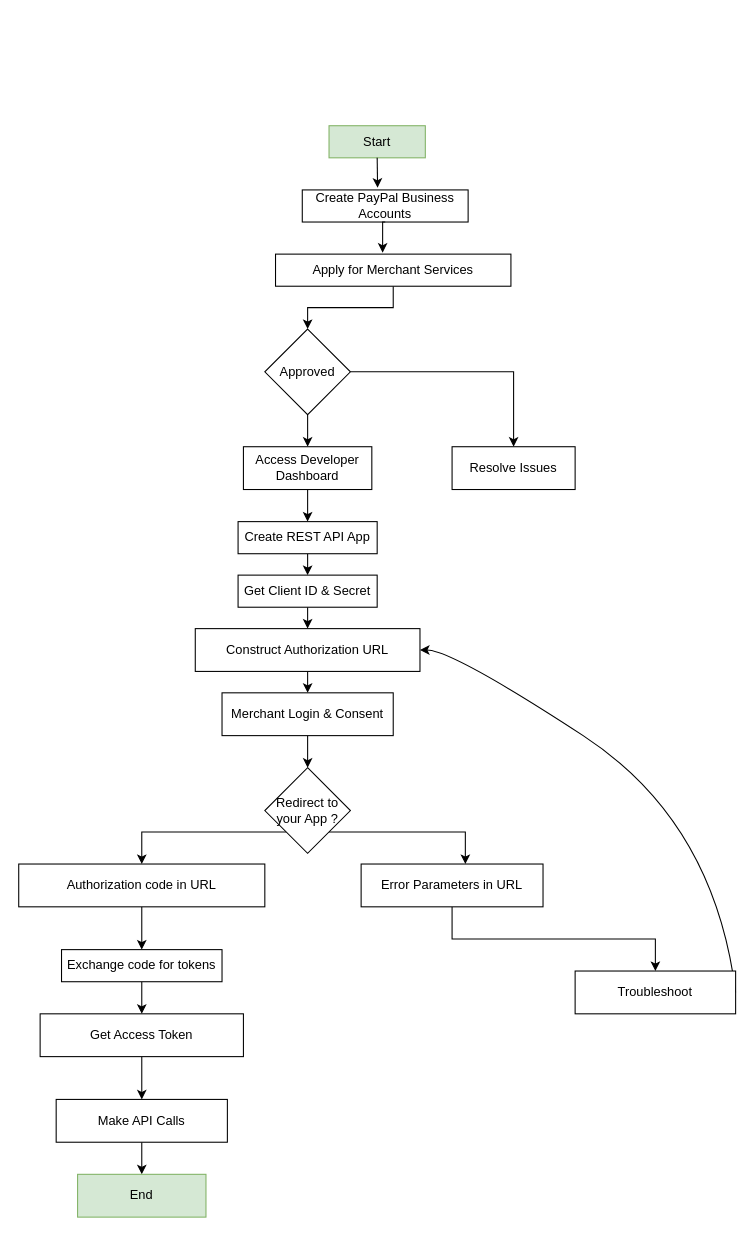
Before: page "Page-1" (1 of 2) of flow-charts/paypal-merchant-onboarding.drawio in rajneeshpatel07/payal-payments, a draw.io diagram. Source tidied: cells renumbered, new cells numbered last; positions are measured from the earlier drawing's top-left corner, leaving out a move shared by most shapes. Both pictures are drawn from the tidied source at 107%, with x=0, y=0 at pixel (18, 125).
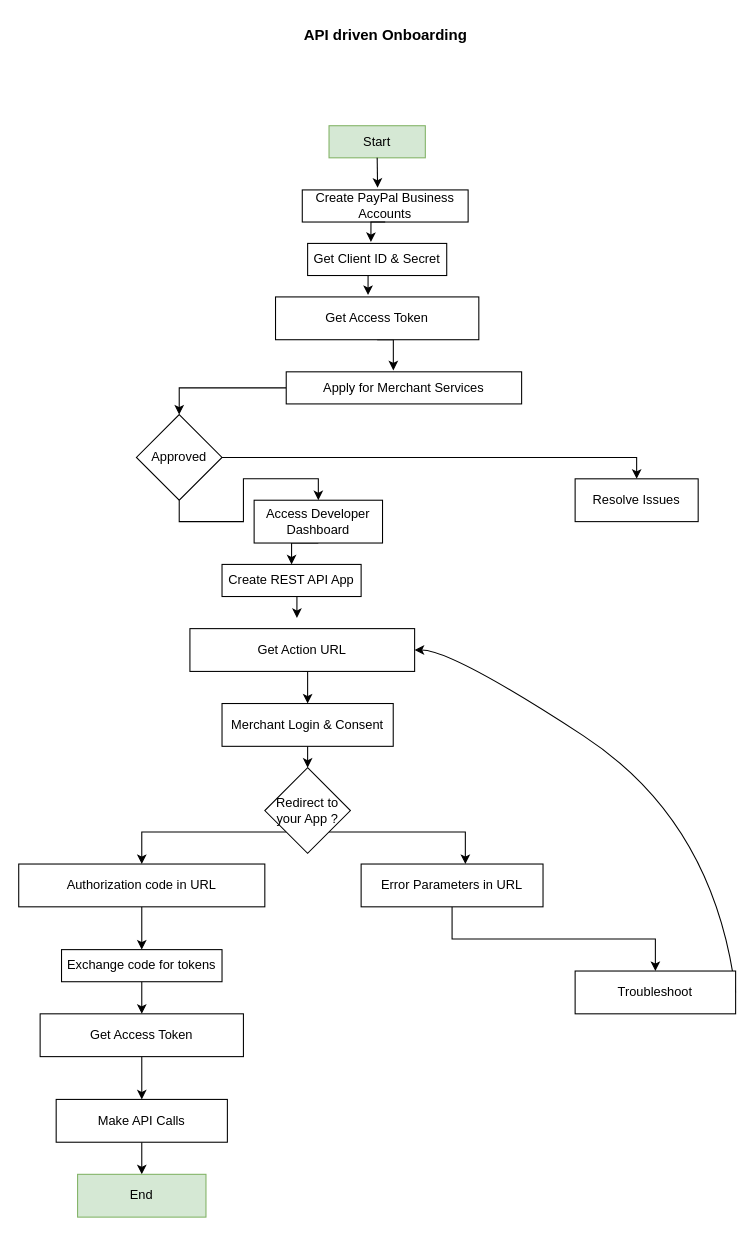
The same page after the edit.

The change refers to these unchanged cells:
```xml
<mxCell id="4" value="Create PayPal Business Accounts" style="rounded=0;whiteSpace=wrap;html=1;" parent="1" vertex="1">
  <mxGeometry x="265" y="60" width="155" height="30" as="geometry" />
</mxCell>
```

Diff of the diagram source:
```diff
@@
     <mxCell id="6" value="Apply for Merchant Services" style="rounded=0;whiteSpace=wrap;html=1;" parent="1" vertex="1">
-      <mxGeometry x="240" y="120" width="220" height="30" as="geometry" />
+      <mxGeometry x="250" y="230" width="220" height="30" as="geometry" />
     </mxCell>
@@
     <mxCell id="9" value="Approved" style="rhombus;whiteSpace=wrap;html=1;" parent="1" vertex="1">
-      <mxGeometry x="230" y="190" width="80" height="80" as="geometry" />
+      <mxGeometry x="110" y="270" width="80" height="80" as="geometry" />
     </mxCell>
@@
     <mxCell id="11" value="Access Developer Dashboard" style="rounded=0;whiteSpace=wrap;html=1;" parent="1" vertex="1">
-      <mxGeometry x="210" y="300" width="120" height="40" as="geometry" />
+      <mxGeometry x="220" y="350" width="120" height="40" as="geometry" />
     </mxCell>
     <mxCell id="12" value="Resolve Issues" style="rounded=0;whiteSpace=wrap;html=1;" parent="1" vertex="1">
-      <mxGeometry x="405" y="300" width="115" height="40" as="geometry" />
+      <mxGeometry x="520" y="330" width="115" height="40" as="geometry" />
     </mxCell>
@@
-    <mxCell id="14" style="edgeStyle=orthogonalEdgeStyle;rounded=0;jettySize=auto;html=1;exitX=0.5;exitY=1;exitDx=0;exitDy=0;entryX=0.455;entryY=-0.044;entryDx=0;entryDy=0;entryPerimeter=0;" parent="1" edge="1" source="4" target="6">
+    <mxCell id="14" style="edgeStyle=orthogonalEdgeStyle;rounded=0;jettySize=auto;html=1;exitX=0.5;exitY=1;exitDx=0;exitDy=0;entryX=0.455;entryY=-0.044;entryDx=0;entryDy=0;entryPerimeter=0;" parent="1" edge="1" source="43" target="6">
       <mxGeometry relative="1" as="geometry" />
     </mxCell>
-    <mxCell id="15" style="edgeStyle=orthogonalEdgeStyle;rounded=0;jettySize=auto;html=1;exitX=0.5;exitY=1;exitDx=0;exitDy=0;entryX=0.5;entryY=0;entryDx=0;entryDy=0;" parent="1" edge="1" source="16" target="18">
-      <mxGeometry relative="1" as="geometry" />
+    <mxCell id="15" style="edgeStyle=orthogonalEdgeStyle;rounded=0;jettySize=auto;html=1;exitX=0.5;exitY=1;exitDx=0;exitDy=0;entryX=0.5;entryY=0;entryDx=0;entryDy=0;" parent="1" edge="1" source="16">
+      <mxGeometry relative="1" as="geometry">
+        <mxPoint x="270" y="420" as="targetPoint" />
+      </mxGeometry>
     </mxCell>
-    <mxCell id="16" value="Create REST API App" style="rounded=0;whiteSpace=wrap;html=1;" parent="1" vertex="1">
-      <mxGeometry x="205" y="370" width="130" height="30" as="geometry" />
-    </mxCell>
-    <mxCell id="17" style="edgeStyle=orthogonalEdgeStyle;rounded=0;jettySize=auto;html=1;exitX=0.5;exitY=1;exitDx=0;exitDy=0;entryX=0.5;entryY=0;entryDx=0;entryDy=0;" parent="1" edge="1" source="18" target="20">
-      <mxGeometry relative="1" as="geometry" />
-    </mxCell>
-    <mxCell id="18" value="Get Client ID &amp;amp; Secret" style="rounded=0;whiteSpace=wrap;html=1;" parent="1" vertex="1">
-      <mxGeometry x="205" y="420" width="130" height="30" as="geometry" />
-    </mxCell>
@@
-    <mxCell id="20" value="Construct Authorization URL" style="rounded=0;whiteSpace=wrap;html=1;" parent="1" vertex="1">
-      <mxGeometry x="165" y="470" width="210" height="40" as="geometry" />
+    <mxCell id="20" value="Get Action URL" style="rounded=0;whiteSpace=wrap;html=1;" parent="1" vertex="1">
+      <mxGeometry x="160" y="470" width="210" height="40" as="geometry" />
     </mxCell>
@@
     <mxCell id="22" value="Merchant Login &amp;amp; Consent" style="rounded=0;whiteSpace=wrap;html=1;" parent="1" vertex="1">
-      <mxGeometry x="190" y="530" width="160" height="40" as="geometry" />
+      <mxGeometry x="190" y="540" width="160" height="40" as="geometry" />
     </mxCell>
@@
+    <mxCell id="38" value="API driven Onboarding&amp;nbsp;" style="text;html=1;align=center;verticalAlign=middle;whiteSpace=wrap;rounded=0;fontStyle=1;fontSize=14;" parent="1" vertex="1">
+      <mxGeometry x="265" y="-100" width="160" height="30" as="geometry" />
+    </mxCell>
+    <mxCell id="39" style="edgeStyle=orthogonalEdgeStyle;rounded=0;jettySize=auto;html=1;exitX=0.5;exitY=1;exitDx=0;exitDy=0;entryX=0.455;entryY=-0.044;entryDx=0;entryDy=0;entryPerimeter=0;" parent="1" edge="1" source="4" target="18">
+      <mxGeometry relative="1" as="geometry" />
+    </mxCell>
+    <mxCell id="18" value="Get Client ID &amp;amp; Secret" style="rounded=0;whiteSpace=wrap;html=1;" parent="1" vertex="1">
+      <mxGeometry x="270" y="110" width="130" height="30" as="geometry" />
+    </mxCell>
+    <mxCell id="40" style="edgeStyle=orthogonalEdgeStyle;rounded=0;jettySize=auto;html=1;exitX=0.5;exitY=1;exitDx=0;exitDy=0;entryX=0.5;entryY=0;entryDx=0;entryDy=0;" parent="1" edge="1" source="16">
+      <mxGeometry relative="1" as="geometry">
+        <mxPoint x="260" y="460" as="targetPoint" />
+      </mxGeometry>
+    </mxCell>
+    <mxCell id="41" style="edgeStyle=orthogonalEdgeStyle;rounded=0;jettySize=auto;html=1;exitX=0.5;exitY=1;exitDx=0;exitDy=0;entryX=0.5;entryY=0;entryDx=0;entryDy=0;" parent="1" edge="1" target="16">
+      <mxGeometry relative="1" as="geometry">
+        <mxPoint x="260" y="430" as="sourcePoint" />
+      </mxGeometry>
+    </mxCell>
+    <mxCell id="16" value="Create REST API App" style="rounded=0;whiteSpace=wrap;html=1;" parent="1" vertex="1">
+      <mxGeometry x="190" y="410" width="130" height="30" as="geometry" />
+    </mxCell>
+    <mxCell id="42" style="edgeStyle=orthogonalEdgeStyle;rounded=0;jettySize=auto;html=1;exitX=0.5;exitY=1;exitDx=0;exitDy=0;entryX=0.455;entryY=-0.044;entryDx=0;entryDy=0;entryPerimeter=0;" parent="1" edge="1" source="18" target="43">
+      <mxGeometry relative="1" as="geometry" />
+    </mxCell>
+    <mxCell id="43" value="Get Access Token" style="rounded=0;whiteSpace=wrap;html=1;" parent="1" vertex="1">
+      <mxGeometry x="240" y="160" width="190" height="40" as="geometry" />
+    </mxCell>
```
